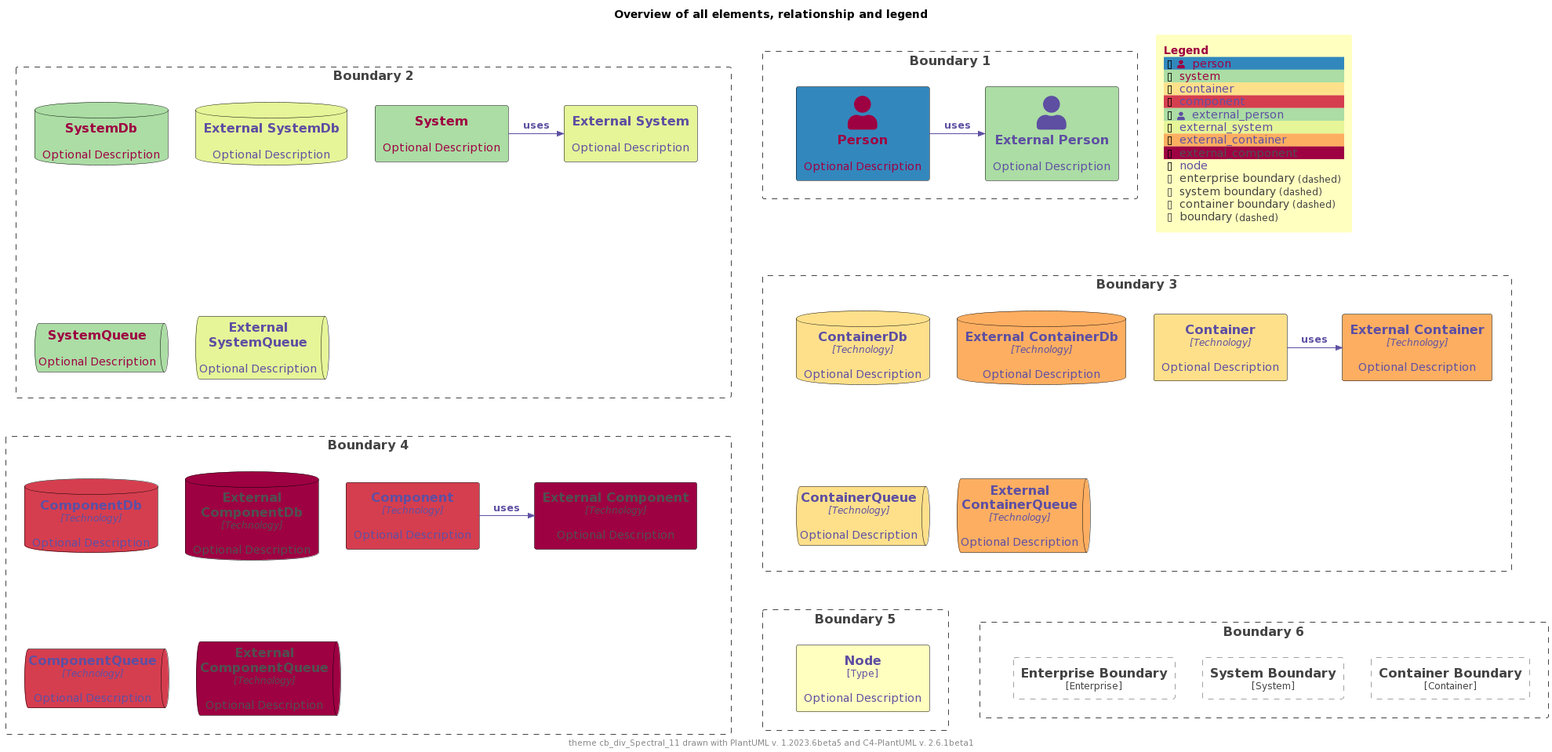
mweagle/C4-PlantUML-Themes keeps this PlantUML diagram as palettes/puml-theme-cb_div_Spectral_11-example.png. Above is the earlier version. Source of this version:
```plantuml
@startuml
!$THEME = "cb_div_Spectral_11"

!function $textcolor($bgColor)
!if $bgcolor == $COLOR_INDEX_4 || $bgcolor == $COLOR_INDEX_5
!return $COLOR_TEXT_FALLBACK_COLOR
!elseif $bgColor == $COLOR_INDEX_10
!return $COLOR_TEXT_FALLBACK_COLOR
!elseif $bgColor == $COLOR_INDEX_0
!return $COLOR_TEXT_FALLBACK_COLOR
!elseif %is_light($bgColor)
!return $COLOR_TEXT_DARK
!else
!return $COLOR_TEXT_LIGHT
!endif
!endfunction

!$COLOR_INDEX_0="#9E0142"
!$COLOR_INDEX_1="#D53E4F"
!$COLOR_INDEX_2="#F46D43"
!$COLOR_INDEX_3="#FDAE61"
!$COLOR_INDEX_4="#FEE08B"
!$COLOR_INDEX_5="#FFFFBF"
!$COLOR_INDEX_6="#E6F598"
!$COLOR_INDEX_7="#ABDDA4"
!$COLOR_INDEX_8="#66C2A5"
!$COLOR_INDEX_9="#3288BD"
!$COLOR_INDEX_10="#5E4FA2"
!$COLOR_BORDER_COLOR="#000000"

!$COLOR_REL_COLOR="#5E4FA2"

!$COLOR_TEXT_LIGHT=$COLOR_INDEX_0
!$COLOR_TEXT_DARK=$COLOR_INDEX_10
!$COLOR_TEXT_NEUTRAL=$textcolor($COLOR_INDEX_5)
!$COLOR_REL_COLOR=$textcolor($COLOR_INDEX_0)

!$COLOR_TEXT_FALLBACK_COLOR ?= "#505050"

!$STEREOTYPE_FONT_SIZE ?= 12
!$TECHN_FONT_SIZE ?= 12

!$ELEMENT_FONT_COLOR ?= $COLOR_TEXT_NEUTRAL

!$ARROW_COLOR ?= $COLOR_TEXT_NEUTRAL
!$ARROW_FONT_COLOR ?= $COLOR_TEXT_NEUTRAL
!$ARROW_FONT_SIZE ?= 12

!$BOUNDARY_COLOR ?= "#444444"
!$BOUNDARY_BG_COLOR ?= "transparent"
!$BOUNDARY_BORDER_STYLE ?= "dashed"

!$PERSON_FONT_COLOR ?= $textcolor($COLOR_INDEX_9)
!$PERSON_BG_COLOR ?= $COLOR_INDEX_9
!$PERSON_BORDER_COLOR ?= $COLOR_BORDER_COLOR

!$EXTERNAL_PERSON_FONT_COLOR ?= $textcolor($COLOR_INDEX_7)
!$EXTERNAL_PERSON_BG_COLOR ?= $COLOR_INDEX_7
!$EXTERNAL_PERSON_BORDER_COLOR ?= $COLOR_BORDER_COLOR

!$SYSTEM_FONT_COLOR ?= $COLOR_TEXT_LIGHT
!$SYSTEM_BG_COLOR ?= $COLOR_INDEX_7
!$SYSTEM_BORDER_COLOR ?= $COLOR_BORDER_COLOR

!$EXTERNAL_SYSTEM_FONT_COLOR ?= $textcolor($COLOR_INDEX_6)
!$EXTERNAL_SYSTEM_BG_COLOR ?= $COLOR_INDEX_6
!$EXTERNAL_SYSTEM_BORDER_COLOR ?= $COLOR_BORDER_COLOR

!$SYSTEM_BOUNDARY_COLOR ?= $BOUNDARY_COLOR
!$SYSTEM_BOUNDARY_BG_COLOR ?= $BOUNDARY_BG_COLOR
!$SYSTEM_BOUNDARY_BORDER_STYLE ?= $BOUNDARY_BORDER_STYLE

!$ENTERPRISE_BOUNDARY_COLOR ?= $BOUNDARY_COLOR
!$ENTERPRISE_BOUNDARY_BG_COLOR ?= $BOUNDARY_BG_COLOR
!$ENTERPRISE_BOUNDARY_BORDER_STYLE ?= $BOUNDARY_BORDER_STYLE

!$CONTAINER_FONT_COLOR ?= $COLOR_TEXT_DARK
!$CONTAINER_BG_COLOR ?= $COLOR_INDEX_4
!$CONTAINER_BORDER_COLOR ?= $COLOR_BORDER_COLOR

!$EXTERNAL_CONTAINER_FONT_COLOR ?= $textcolor($COLOR_INDEX_3)
!$EXTERNAL_CONTAINER_BG_COLOR ?= $COLOR_INDEX_3
!$EXTERNAL_CONTAINER_BORDER_COLOR ?= $COLOR_BORDER_COLOR

!$CONTAINER_BOUNDARY_COLOR ?= $BOUNDARY_COLOR
!$CONTAINER_BOUNDARY_BG_COLOR ?= $BOUNDARY_BG_COLOR
!$CONTAINER_BOUNDARY_BORDER_STYLE ?= $BOUNDARY_BORDER_STYLE

!$COMPONENT_FONT_COLOR ?= $COLOR_TEXT_DARK
!$COMPONENT_BG_COLOR ?= $COLOR_INDEX_1
!$COMPONENT_BORDER_COLOR ?= $COLOR_BORDER_COLOR

!$EXTERNAL_COMPONENT_FONT_COLOR ?= $textcolor($COLOR_INDEX_0)
!$EXTERNAL_COMPONENT_BG_COLOR ?= $COLOR_INDEX_0
!$EXTERNAL_COMPONENT_BORDER_COLOR ?= $COLOR_BORDER_COLOR

!$NODE_FONT_COLOR ?= $textcolor($COLOR_INDEX_5)
!$NODE_BG_COLOR ?= $COLOR_INDEX_5
!$NODE_BORDER_COLOR ?= $COLOR_BORDER_COLOR

!$LEGEND_TITLE_COLOR ?= $COLOR_INDEX_0
!$LEGEND_FONT_COLOR ?= $textcolor($COLOR_INDEX_5)
!$LEGEND_BG_COLOR ?= $COLOR_INDEX_5
!$LEGEND_BORDER_COLOR ?= $COLOR_INDEX_5
!$LEGEND_DARK_COLOR ?= $COLOR_TEXT_DARK
!$LEGEND_LIGHT_COLOR ?= $COLOR_TEXT_LIGHT

!$LEGEND_DETAILS_SMALL_SIZE ?= 8
!$LEGEND_DETAILS_NORMAL_SIZE ?= 12

!$LEGEND_SHADOW_TEXT ?= "shadow"
!$LEGEND_NO_SHADOW_TEXT ?= "no shadow"
!$LEGEND_NO_FONT_BG_TEXT ?= "last text and back color"
!$LEGEND_NO_FONT_TEXT ?= "last text color"
!$LEGEND_NO_BG_TEXT ?= "last back color"
!$LEGEND_NO_LINE_TEXT ?= "last line color"
!$LEGEND_ROUNDED_BOX ?= "rounded box"
!$LEGEND_EIGHT_SIDED ?= "eight sided"
!$LEGEND_DOTTED_LINE ?= "dotted"
!$LEGEND_DASHED_LINE ?= "dashed"
!$LEGEND_BOLD_LINE ?= "bold"
!$LEGEND_BOUNDARY ?= "boundary"
!$LEGEND_DASHED_BOUNDARY ?= "dashed"

!$LEGEND_DASHED_TRANSPARENT_BOUNDARY ?= "dashed"

!$SKETCH_BG_COLOR ?= "transparent"
!$SKETCH_FONT_COLOR ?= $COLOR_INDEX_NEUTRAL
!$SKETCH_WARNING_COLOR ?= $COLOR_INDEX_10

!$SKETCH_FONT_NAME ?= "Gochi Hand"

!$SKETCH_FOOTER_WARNING ?= "Warning:"
!$SKETCH_FOOTER_TEXT ?= "Created for discussion, needs to be validated"

!$ROUNDED_BOX_SIZE ?= 25
!$EIGHT_SIDED_SIZE ?= 18
!include https://raw.githubusercontent.com/plantuml-stdlib/C4-PlantUML/master/percy/TestAllElementsWithLegend.puml
@enduml
```
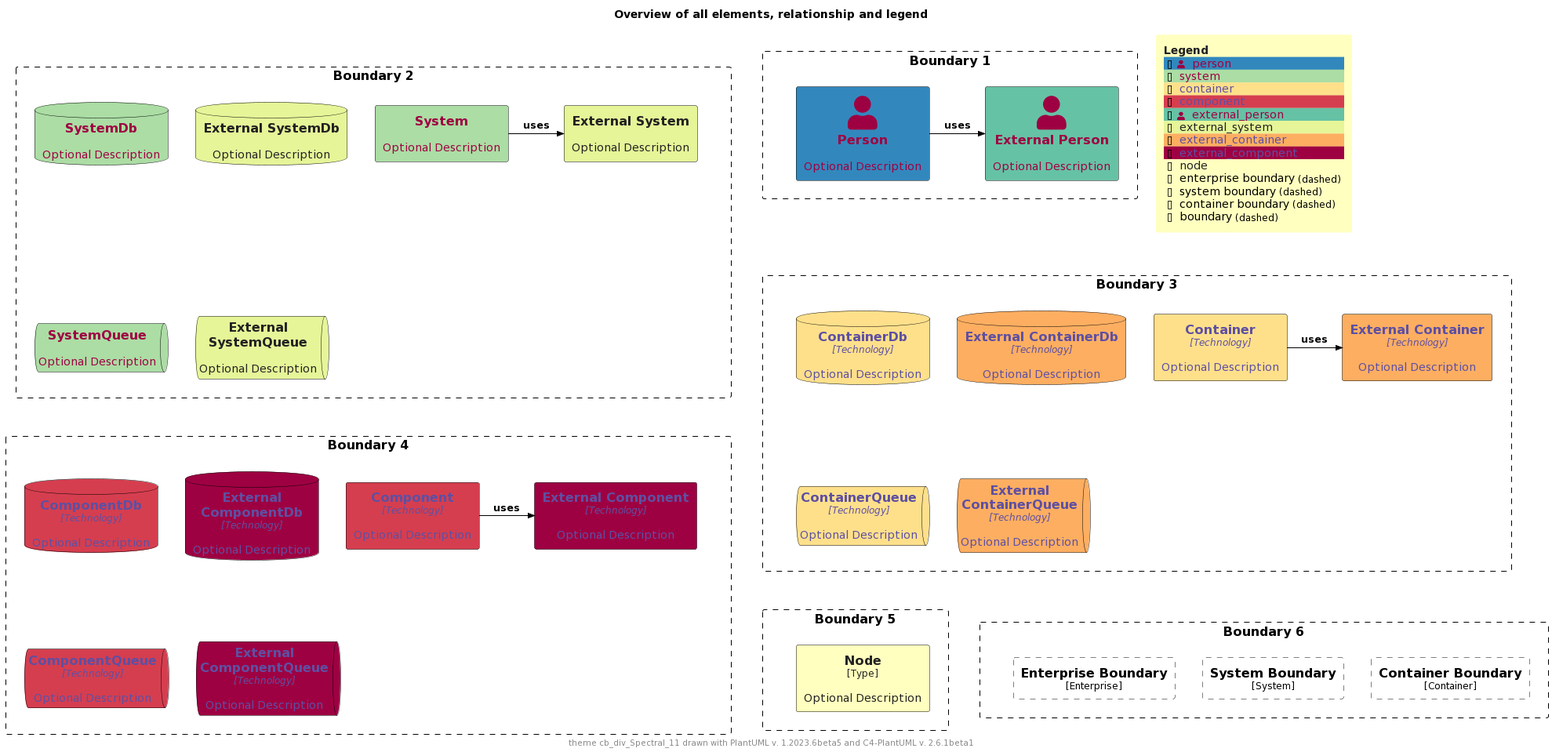
After the commit.

Diff of the diagram source:
```diff
@@ -2,16 +2,16 @@
 !$THEME = "cb_div_Spectral_11"
 
 !function $textcolor($bgColor)
-!if $bgcolor == $COLOR_INDEX_4 || $bgcolor == $COLOR_INDEX_5
+!if $bgColor == $COLOR_INDEX_0 || $bgColor == $COLOR_INDEX_1 || $bgColor == $COLOR_INDEX_2 || $bgColor == $COLOR_INDEX_3 || $bgColor == $COLOR_INDEX_4
+!return $COLOR_INDEX_10
+!elseif $bgColor == $COLOR_INDEX_7 || $bgColor == $COLOR_INDEX_8 || $bgColor == $COLOR_INDEX_9 || $bgColor == $COLOR_INDEX_10
+!return $COLOR_INDEX_0
+!elseif %is_light($bgColor)
+!return "#222222"
+!elseif %is_dark($bgColor)
+!return "#dddddd"
+!else
 !return $COLOR_TEXT_FALLBACK_COLOR
-!elseif $bgColor == $COLOR_INDEX_10
-!return $COLOR_TEXT_FALLBACK_COLOR
-!elseif $bgColor == $COLOR_INDEX_0
-!return $COLOR_TEXT_FALLBACK_COLOR
-!elseif %is_light($bgColor)
-!return $COLOR_TEXT_DARK
-!else
-!return $COLOR_TEXT_LIGHT
 !endif
 !endfunction
 
@@ -28,42 +28,40 @@
 !$COLOR_INDEX_10="#5E4FA2"
 !$COLOR_BORDER_COLOR="#000000"
 
-!$COLOR_REL_COLOR="#5E4FA2"
-
 !$COLOR_TEXT_LIGHT=$COLOR_INDEX_0
 !$COLOR_TEXT_DARK=$COLOR_INDEX_10
 !$COLOR_TEXT_NEUTRAL=$textcolor($COLOR_INDEX_5)
-!$COLOR_REL_COLOR=$textcolor($COLOR_INDEX_0)
+!$COLOR_REL_COLOR=$textcolor($COLOR_INDEX_10)
 
-!$COLOR_TEXT_FALLBACK_COLOR ?= "#505050"
+!$COLOR_TEXT_FALLBACK_COLOR ?= "#000000"
 
 !$STEREOTYPE_FONT_SIZE ?= 12
 !$TECHN_FONT_SIZE ?= 12
 
-!$ELEMENT_FONT_COLOR ?= $COLOR_TEXT_NEUTRAL
+!$ELEMENT_FONT_COLOR ?= $COLOR_TEXT_FALLBACK_COLOR
 
-!$ARROW_COLOR ?= $COLOR_TEXT_NEUTRAL
-!$ARROW_FONT_COLOR ?= $COLOR_TEXT_NEUTRAL
+!$ARROW_COLOR ?= $COLOR_TEXT_FALLBACK_COLOR
+!$ARROW_FONT_COLOR ?= $COLOR_TEXT_FALLBACK_COLOR
 !$ARROW_FONT_SIZE ?= 12
 
-!$BOUNDARY_COLOR ?= "#444444"
+!$BOUNDARY_COLOR ?= $COLOR_BORDER_COLOR
 !$BOUNDARY_BG_COLOR ?= "transparent"
 !$BOUNDARY_BORDER_STYLE ?= "dashed"
 
-!$PERSON_FONT_COLOR ?= $textcolor($COLOR_INDEX_9)
 !$PERSON_BG_COLOR ?= $COLOR_INDEX_9
+!$PERSON_FONT_COLOR ?= $textcolor($PERSON_BG_COLOR)
 !$PERSON_BORDER_COLOR ?= $COLOR_BORDER_COLOR
 
-!$EXTERNAL_PERSON_FONT_COLOR ?= $textcolor($COLOR_INDEX_7)
-!$EXTERNAL_PERSON_BG_COLOR ?= $COLOR_INDEX_7
+!$EXTERNAL_PERSON_BG_COLOR ?= $COLOR_INDEX_8
+!$EXTERNAL_PERSON_FONT_COLOR ?= $textcolor($EXTERNAL_PERSON_BG_COLOR)
 !$EXTERNAL_PERSON_BORDER_COLOR ?= $COLOR_BORDER_COLOR
 
-!$SYSTEM_FONT_COLOR ?= $COLOR_TEXT_LIGHT
 !$SYSTEM_BG_COLOR ?= $COLOR_INDEX_7
+!$SYSTEM_FONT_COLOR ?= $textcolor($SYSTEM_BG_COLOR)
 !$SYSTEM_BORDER_COLOR ?= $COLOR_BORDER_COLOR
 
-!$EXTERNAL_SYSTEM_FONT_COLOR ?= $textcolor($COLOR_INDEX_6)
 !$EXTERNAL_SYSTEM_BG_COLOR ?= $COLOR_INDEX_6
+!$EXTERNAL_SYSTEM_FONT_COLOR ?= $textcolor($EXTERNAL_SYSTEM_BG_COLOR)
 !$EXTERNAL_SYSTEM_BORDER_COLOR ?= $COLOR_BORDER_COLOR
 
 !$SYSTEM_BOUNDARY_COLOR ?= $BOUNDARY_COLOR
@@ -74,31 +72,31 @@
 !$ENTERPRISE_BOUNDARY_BG_COLOR ?= $BOUNDARY_BG_COLOR
 !$ENTERPRISE_BOUNDARY_BORDER_STYLE ?= $BOUNDARY_BORDER_STYLE
 
-!$CONTAINER_FONT_COLOR ?= $COLOR_TEXT_DARK
 !$CONTAINER_BG_COLOR ?= $COLOR_INDEX_4
+!$CONTAINER_FONT_COLOR ?= $textcolor($CONTAINER_BG_COLOR)
 !$CONTAINER_BORDER_COLOR ?= $COLOR_BORDER_COLOR
 
-!$EXTERNAL_CONTAINER_FONT_COLOR ?= $textcolor($COLOR_INDEX_3)
 !$EXTERNAL_CONTAINER_BG_COLOR ?= $COLOR_INDEX_3
+!$EXTERNAL_CONTAINER_FONT_COLOR ?= $textcolor($EXTERNAL_CONTAINER_BG_COLOR)
 !$EXTERNAL_CONTAINER_BORDER_COLOR ?= $COLOR_BORDER_COLOR
 
 !$CONTAINER_BOUNDARY_COLOR ?= $BOUNDARY_COLOR
 !$CONTAINER_BOUNDARY_BG_COLOR ?= $BOUNDARY_BG_COLOR
 !$CONTAINER_BOUNDARY_BORDER_STYLE ?= $BOUNDARY_BORDER_STYLE
 
-!$COMPONENT_FONT_COLOR ?= $COLOR_TEXT_DARK
 !$COMPONENT_BG_COLOR ?= $COLOR_INDEX_1
+!$COMPONENT_FONT_COLOR ?= $textcolor($COMPONENT_BG_COLOR)
 !$COMPONENT_BORDER_COLOR ?= $COLOR_BORDER_COLOR
 
-!$EXTERNAL_COMPONENT_FONT_COLOR ?= $textcolor($COLOR_INDEX_0)
 !$EXTERNAL_COMPONENT_BG_COLOR ?= $COLOR_INDEX_0
+!$EXTERNAL_COMPONENT_FONT_COLOR ?= $textcolor($EXTERNAL_COMPONENT_BG_COLOR)
 !$EXTERNAL_COMPONENT_BORDER_COLOR ?= $COLOR_BORDER_COLOR
 
-!$NODE_FONT_COLOR ?= $textcolor($COLOR_INDEX_5)
 !$NODE_BG_COLOR ?= $COLOR_INDEX_5
+!$NODE_FONT_COLOR ?= $textcolor($NODE_BG_COLOR)
 !$NODE_BORDER_COLOR ?= $COLOR_BORDER_COLOR
 
-!$LEGEND_TITLE_COLOR ?= $COLOR_INDEX_0
+!$LEGEND_TITLE_COLOR ?= $textcolor($COLOR_INDEX_5)
 !$LEGEND_FONT_COLOR ?= $textcolor($COLOR_INDEX_5)
 !$LEGEND_BG_COLOR ?= $COLOR_INDEX_5
 !$LEGEND_BORDER_COLOR ?= $COLOR_INDEX_5
@@ -125,8 +123,8 @@
 !$LEGEND_DASHED_TRANSPARENT_BOUNDARY ?= "dashed"
 
 !$SKETCH_BG_COLOR ?= "transparent"
-!$SKETCH_FONT_COLOR ?= $COLOR_INDEX_NEUTRAL
-!$SKETCH_WARNING_COLOR ?= $COLOR_INDEX_10
+!$SKETCH_FONT_COLOR ?= $COLOR_INDEX_10
+!$SKETCH_WARNING_COLOR ?= $COLOR_INDEX_0
 
 !$SKETCH_FONT_NAME ?= "Gochi Hand"
 
@@ -135,5 +133,84 @@
 
 !$ROUNDED_BOX_SIZE ?= 25
 !$EIGHT_SIDED_SIZE ?= 18
-!include https://raw.githubusercontent.com/plantuml-stdlib/C4-PlantUML/master/percy/TestAllElementsWithLegend.puml
+
+
+!if %variable_exists("RELATIVE_INCLUDE")
+  !include %get_variable_value("RELATIVE_INCLUDE")/C4_Component.puml
+  !include %get_variable_value("RELATIVE_INCLUDE")/C4_Deployment.puml
+!else
+  !include https://raw.githubusercontent.com/plantuml-stdlib/C4-PlantUML/master/C4_Component.puml
+  !include https://raw.githubusercontent.com/plantuml-stdlib/C4-PlantUML/master/C4_Deployment.puml
+!endif
+
+SetDefaultLegendEntries("person\nsystem\ncontainer\ncomponent\nexternal_person\nexternal_system\nexternal_container\nexternal_component\nnode\nenterprise_boundary\nsystem_boundary\ncontainer_boundary\nboundary")
+
+title Overview of all elements, relationship and legend
+
+footer theme $THEME drawn with PlantUML v. %version() and C4-PlantUML v. C4Version()
+
+Boundary(b2, "Boundary 2") {
+  System(system, "System", "Optional Description")
+  System_Ext(externalSystem, "External System", "Optional Description")
+  Rel_R(system, externalSystem, "uses")
+
+  SystemDb(systemDb, "SystemDb", "Optional Description")
+  SystemDb_Ext(externalSystemDb, "External SystemDb", "Optional Description")
+  SystemQueue(systemQueue, "SystemQueue", "Optional Description")
+  SystemQueue_Ext(externalSystemQueue, "External SystemQueue", "Optional Description")
+}
+
+Boundary(b1, "Boundary 1") {
+  Person(person, "Person", "Optional Description")
+  Person_Ext(externalPerson, "External Person", "Optional Description")
+  Rel_R(person, externalPerson, "uses")
+}
+
+Boundary(b3, "Boundary 3") {
+  Container(container, "Container", "Technology", "Optional Description")
+  Container_Ext(externalContainer, "External Container", "Technology", "Optional Description")
+  Rel_R(container, externalContainer, "uses")
+
+  ContainerDb(containerDb, "ContainerDb", "Technology", "Optional Description")
+  ContainerDb_Ext(externalContainerDb, "External ContainerDb", "Technology", "Optional Description")
+  ContainerQueue(containerQueue, "ContainerQueue", "Technology", "Optional Description")
+  ContainerQueue_Ext(externalContainerQueue, "External ContainerQueue", "Technology", "Optional Description")
+}
+
+Boundary(b4, "Boundary 4") {
+  Component(component, "Component", "Technology", "Optional Description")
+  Component_Ext(externalComponent, "External Component", "Technology", "Optional Description")
+  Rel_R(component, externalComponent, "uses")
+
+  ComponentDb(componentDb, "ComponentDb", "Technology", "Optional Description")
+  ComponentDb_Ext(externalComponentDb, "External ComponentDb", "Technology", "Optional Description")
+  ComponentQueue(componentQueue, "ComponentQueue", "Technology", "Optional Description")
+  ComponentQueue_Ext(externalComponentQueue, "External ComponentQueue", "Technology", "Optional Description")
+}
+
+Boundary(b5, "Boundary 5") {
+  Node(node, "Node", "Type", "Optional Description")
+}
+
+Boundary(b6, "Boundary 6") {
+  Enterprise_Boundary(eb, "Enterprise Boundary") {
+  }
+
+  System_Boundary(sb, "System Boundary") {
+  }
+
+  Container_Boundary(cb, "Container Boundary") {
+  }
+
+  Lay_R(eb,sb)
+  Lay_R(sb,cb)
+}
+
+Lay_D(b2,b3)
+Lay_R(b2,b1)
+Lay_D(b3,b4)
+Lay_D(b4,b5)
+Lay_R(b5,b6)
+
+SHOW_FLOATING_LEGEND()
 @enduml
```
